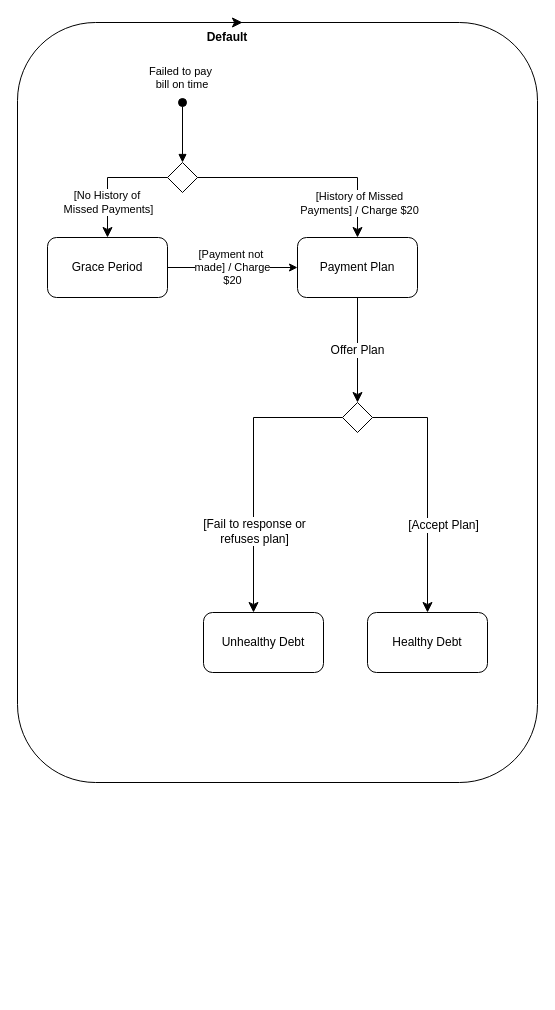
Above: page "Page-2" (2 of 3) of workshop6_week7.drawio in antonykimuom/SWEN30006-2025-SM1-workshop1-tuew05-14-00-team-12 (draw.io), before the change. Source tidied: cells renumbered, new cells numbered last; positions are measured from the earlier drawing's top-left corner, leaving out a move shared by most shapes. Both pictures are drawn from the tidied source at 100%, with x=0, y=0 at pixel (17, 22).
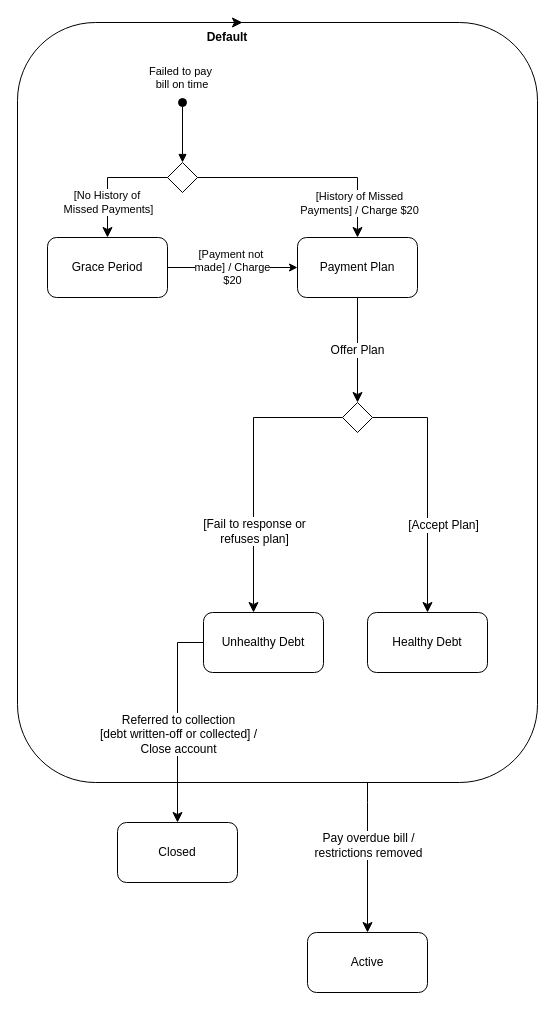
Above is the later version.

Unchanged cells that the change refers to:
```xml
<mxCell id="2" style="rounded=1;whiteSpace=wrap;html=1;fillColor=none;" parent="1" vertex="1">
  <mxGeometry width="520" height="760" as="geometry" />
</mxCell>
<mxCell id="6" value="Unhealthy Debt" style="rounded=1;whiteSpace=wrap;html=1;" parent="1" vertex="1">
  <mxGeometry x="186" y="590" width="120" height="60" as="geometry" />
</mxCell>
```

Change to the diagram source:
```diff
@@
+    <mxCell id="23" style="rounded=0;jettySize=auto;html=1;fontSize=12;startSize=8;endSize=8;edgeStyle=orthogonalEdgeStyle;" parent="1" edge="1" source="2" target="28">
+      <mxGeometry relative="1" as="geometry">
+        <Array as="points">
+          <mxPoint x="350" y="780" />
+          <mxPoint x="350" y="780" />
+        </Array>
+      </mxGeometry>
+    </mxCell>
+    <mxCell id="24" value="Pay overdue bill /&lt;div&gt;restrictions removed&lt;/div&gt;" style="edgeLabel;html=1;align=center;verticalAlign=middle;fontSize=12;" parent="23" vertex="1">
+      <mxGeometry x="-0.18" relative="1" as="geometry" />
+    </mxCell>
@@
+    <mxCell id="25" style="edgeStyle=orthogonalEdgeStyle;rounded=0;jettySize=auto;html=1;fontSize=12;startSize=8;endSize=8;" parent="1" edge="1" source="6" target="27">
+      <mxGeometry relative="1" as="geometry">
+        <Array as="points">
+          <mxPoint x="160" y="620" />
+        </Array>
+      </mxGeometry>
+    </mxCell>
+    <mxCell id="26" value="Referred to collection&lt;br&gt;[debt written-off or collected] /&lt;br&gt;Close account" style="edgeLabel;html=1;align=center;verticalAlign=middle;fontSize=12;" parent="25" vertex="1">
+      <mxGeometry x="-0.15" y="1" relative="1" as="geometry">
+        <mxPoint x="-1" y="29" as="offset" />
+      </mxGeometry>
+    </mxCell>
@@
+    <mxCell id="27" value="Closed" style="rounded=1;whiteSpace=wrap;html=1;" parent="1" vertex="1">
+      <mxGeometry x="100" y="800" width="120" height="60" as="geometry" />
+    </mxCell>
+    <mxCell id="28" value="Active" style="rounded=1;whiteSpace=wrap;html=1;" parent="1" vertex="1">
+      <mxGeometry x="290" y="910" width="120" height="60" as="geometry" />
+    </mxCell>
```
